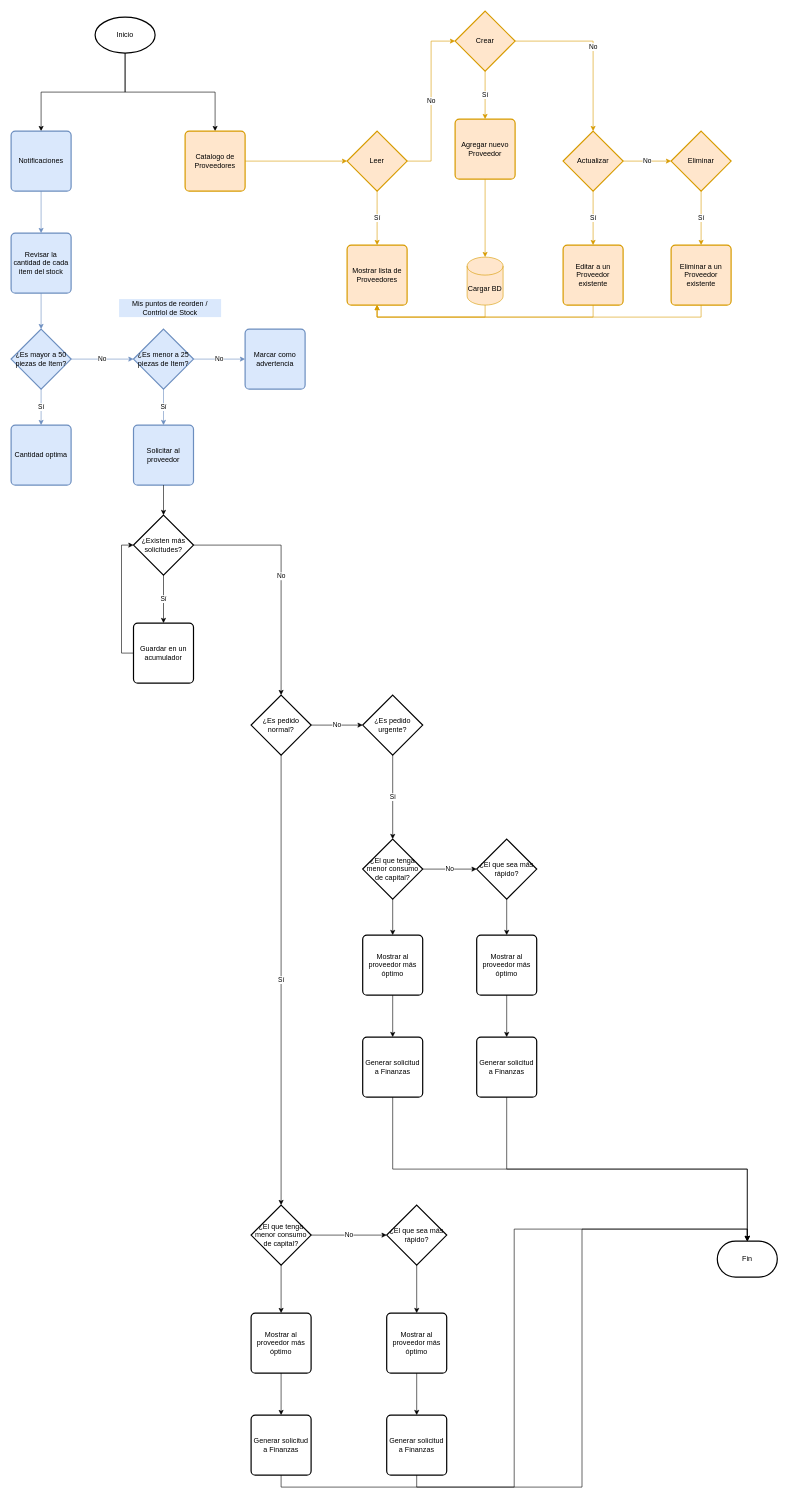
Above: Módulo_Proceso_7.drawio in said-tj/Diagramas_de_flujo (draw.io), before the change. Source tidied: cells renumbered, new cells numbered last; positions are measured from the earlier drawing's top-left corner, leaving out a move shared by most shapes. Both pictures are drawn from the tidied source at 60%, with x=0, y=0 at pixel (11, 11).
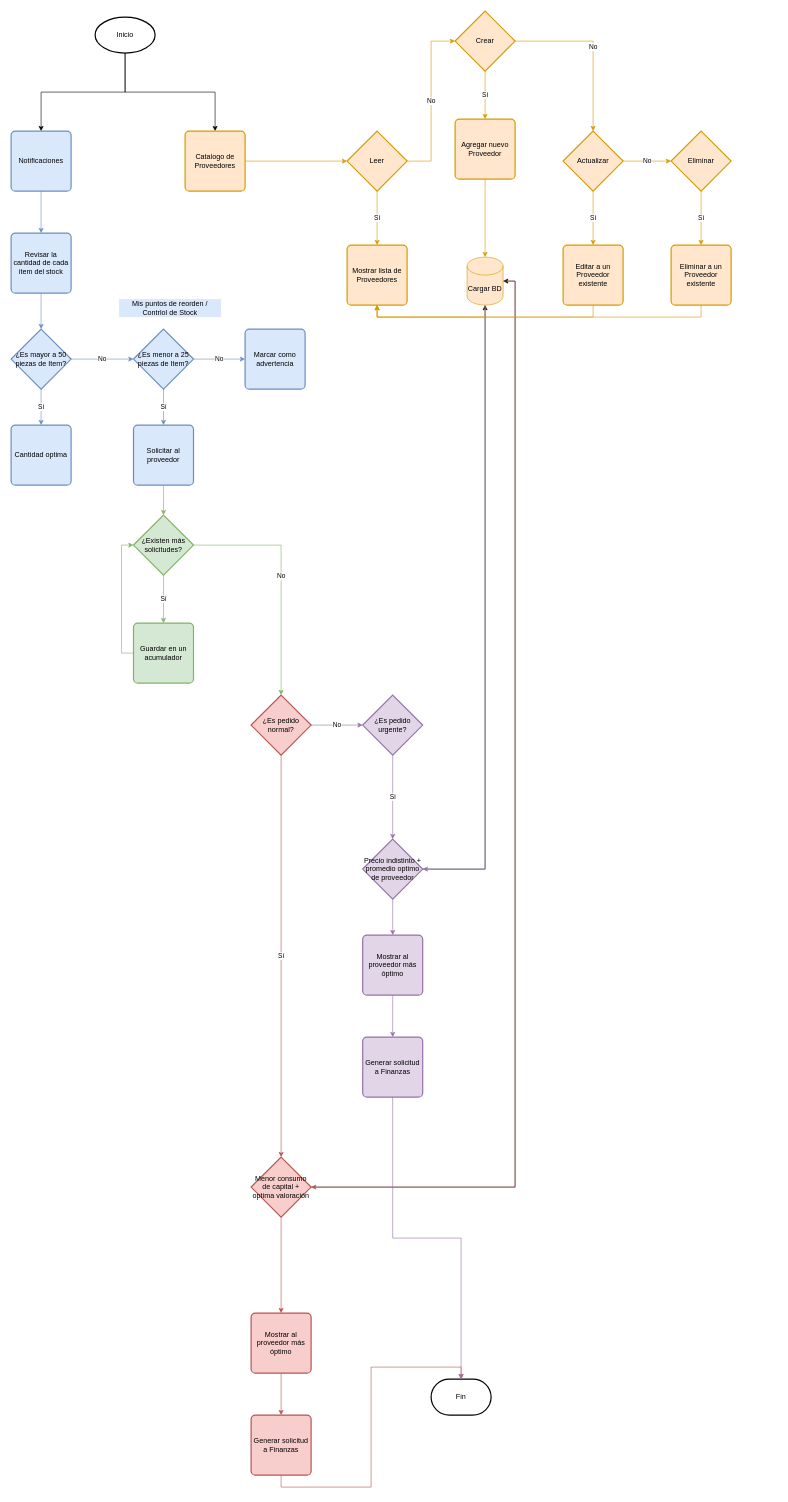
The same diagram, later.

Commit message (it also covers changes not shown here):
Flujo de trabajo de tesis

Unchanged cells that the change refers to:
```xml
<mxCell id="10" value="Solicitar al proveedor" style="rounded=1;whiteSpace=wrap;html=1;absoluteArcSize=1;arcSize=14;strokeWidth=2;fillColor=#dae8fc;strokeColor=#6c8ebf;" parent="1" vertex="1">
  <mxGeometry x="204" y="690" width="100" height="100" as="geometry" />
</mxCell>
<mxCell id="72" value="Cargar BD" style="shape=cylinder3;whiteSpace=wrap;html=1;boundedLbl=1;backgroundOutline=1;size=15;fillColor=#ffe6cc;strokeColor=#d79b00;" parent="1" vertex="1">
  <mxGeometry x="760" y="410" width="60" height="80" as="geometry" />
</mxCell>
```

The edit, as a diff of the source:
```diff
@@
-    <mxCell id="19" value="No" style="edgeStyle=orthogonalEdgeStyle;rounded=0;jettySize=auto;html=1;exitX=1;exitY=0.5;exitDx=0;exitDy=0;exitPerimeter=0;" parent="1" edge="1" source="21" target="23">
+    <mxCell id="19" value="No" style="edgeStyle=orthogonalEdgeStyle;rounded=0;jettySize=auto;html=1;exitX=1;exitY=0.5;exitDx=0;exitDy=0;exitPerimeter=0;fillColor=#e1d5e7;strokeColor=#9673a6;" parent="1" edge="1" source="21" target="23">
       <mxGeometry relative="1" as="geometry" />
     </mxCell>
-    <mxCell id="20" value="Sí" style="edgeStyle=orthogonalEdgeStyle;rounded=0;jettySize=auto;html=1;exitX=0.5;exitY=1;exitDx=0;exitDy=0;exitPerimeter=0;" parent="1" edge="1" source="21" target="25">
+    <mxCell id="20" value="Sí" style="edgeStyle=orthogonalEdgeStyle;rounded=0;jettySize=auto;html=1;exitX=0.5;exitY=1;exitDx=0;exitDy=0;exitPerimeter=0;fillColor=#f8cecc;strokeColor=#b85450;" parent="1" edge="1" source="21" target="25">
       <mxGeometry relative="1" as="geometry" />
     </mxCell>
-    <mxCell id="21" value="¿Es pedido normal?" style="strokeWidth=2;html=1;shape=mxgraph.flowchart.decision;whiteSpace=wrap;" parent="1" vertex="1">
+    <mxCell id="21" value="¿Es pedido normal?" style="strokeWidth=2;html=1;shape=mxgraph.flowchart.decision;whiteSpace=wrap;fillColor=#f8cecc;strokeColor=#b85450;" parent="1" vertex="1">
       <mxGeometry x="400" y="1140" width="100" height="100" as="geometry" />
     </mxCell>
-    <mxCell id="22" value="Si" style="edgeStyle=orthogonalEdgeStyle;rounded=0;jettySize=auto;html=1;exitX=0.5;exitY=1;exitDx=0;exitDy=0;exitPerimeter=0;" parent="1" edge="1" source="23" target="30">
+    <mxCell id="22" value="Si" style="edgeStyle=orthogonalEdgeStyle;rounded=0;jettySize=auto;html=1;exitX=0.5;exitY=1;exitDx=0;exitDy=0;exitPerimeter=0;fillColor=#e1d5e7;strokeColor=#9673a6;" parent="1" edge="1" source="23" target="30">
       <mxGeometry relative="1" as="geometry" />
     </mxCell>
-    <mxCell id="23" value="¿Es pedido urgente?" style="strokeWidth=2;html=1;shape=mxgraph.flowchart.decision;whiteSpace=wrap;" parent="1" vertex="1">
+    <mxCell id="23" value="¿Es pedido urgente?" style="strokeWidth=2;html=1;shape=mxgraph.flowchart.decision;whiteSpace=wrap;fillColor=#e1d5e7;strokeColor=#9673a6;" parent="1" vertex="1">
       <mxGeometry x="586" y="1140" width="100" height="100" as="geometry" />
     </mxCell>
-    <mxCell id="24" style="edgeStyle=orthogonalEdgeStyle;rounded=0;jettySize=auto;html=1;exitX=0.5;exitY=1;exitDx=0;exitDy=0;exitPerimeter=0;" parent="1" edge="1" source="25" target="39">
+    <mxCell id="24" style="edgeStyle=orthogonalEdgeStyle;rounded=0;jettySize=auto;html=1;exitX=0.5;exitY=1;exitDx=0;exitDy=0;exitPerimeter=0;fillColor=#f8cecc;strokeColor=#b85450;" parent="1" edge="1" source="25" target="39">
       <mxGeometry relative="1" as="geometry" />
     </mxCell>
+    <mxCell id="79" style="edgeStyle=orthogonalEdgeStyle;rounded=0;jettySize=auto;html=1;exitX=1;exitY=0.5;exitDx=0;exitDy=0;exitPerimeter=0;entryX=1;entryY=0.5;entryDx=0;entryDy=0;entryPerimeter=0;" parent="1" edge="1" source="25" target="72">
+      <mxGeometry relative="1" as="geometry" />
+    </mxCell>
-    <mxCell id="25" value="¿El que tenga menor consumo de capital?" style="strokeWidth=2;html=1;shape=mxgraph.flowchart.decision;whiteSpace=wrap;" parent="1" vertex="1">
-      <mxGeometry x="400" y="1990" width="100" height="100" as="geometry" />
+    <mxCell id="25" value="Menor consumo de capital + optima valoración" style="strokeWidth=2;html=1;shape=mxgraph.flowchart.decision;whiteSpace=wrap;fillColor=#f8cecc;strokeColor=#b85450;" parent="1" vertex="1">
+      <mxGeometry x="400" y="1910" width="100" height="100" as="geometry" />
     </mxCell>
-    <mxCell id="26" style="edgeStyle=orthogonalEdgeStyle;rounded=0;jettySize=auto;html=1;exitX=0.5;exitY=1;exitDx=0;exitDy=0;exitPerimeter=0;" parent="1" edge="1" source="27" target="41">
-      <mxGeometry relative="1" as="geometry" />
-    </mxCell>
-    <mxCell id="27" value="¿El que sea más rápido?" style="strokeWidth=2;html=1;shape=mxgraph.flowchart.decision;whiteSpace=wrap;" parent="1" vertex="1">
-      <mxGeometry x="626" y="1990" width="100" height="100" as="geometry" />
-    </mxCell>
-    <mxCell id="28" value="No" style="edgeStyle=orthogonalEdgeStyle;rounded=0;jettySize=auto;html=1;exitX=1;exitY=0.5;exitDx=0;exitDy=0;exitPerimeter=0;entryX=0;entryY=0.5;entryDx=0;entryDy=0;entryPerimeter=0;" parent="1" edge="1" source="25" target="27">
-      <mxGeometry relative="1" as="geometry" />
-    </mxCell>
-    <mxCell id="29" style="edgeStyle=orthogonalEdgeStyle;rounded=0;jettySize=auto;html=1;exitX=0.5;exitY=1;exitDx=0;exitDy=0;exitPerimeter=0;" parent="1" edge="1" source="30" target="35">
+    <mxCell id="29" style="edgeStyle=orthogonalEdgeStyle;rounded=0;jettySize=auto;html=1;exitX=0.5;exitY=1;exitDx=0;exitDy=0;exitPerimeter=0;fillColor=#e1d5e7;strokeColor=#9673a6;" parent="1" edge="1" source="30" target="35">
       <mxGeometry relative="1" as="geometry" />
     </mxCell>
+    <mxCell id="80" style="edgeStyle=orthogonalEdgeStyle;rounded=0;jettySize=auto;html=1;exitX=1;exitY=0.5;exitDx=0;exitDy=0;exitPerimeter=0;" parent="1" edge="1" source="30" target="72">
+      <mxGeometry relative="1" as="geometry" />
+    </mxCell>
-    <mxCell id="30" value="¿El que tenga menor consumo de capital?" style="strokeWidth=2;html=1;shape=mxgraph.flowchart.decision;whiteSpace=wrap;" parent="1" vertex="1">
+    <mxCell id="30" value="Precio indistinto + promedio optimo de proveedor" style="strokeWidth=2;html=1;shape=mxgraph.flowchart.decision;whiteSpace=wrap;fillColor=#e1d5e7;strokeColor=#9673a6;" parent="1" vertex="1">
       <mxGeometry x="586" y="1380" width="100" height="100" as="geometry" />
     </mxCell>
-    <mxCell id="31" style="edgeStyle=orthogonalEdgeStyle;rounded=0;jettySize=auto;html=1;exitX=0.5;exitY=1;exitDx=0;exitDy=0;exitPerimeter=0;entryX=0.5;entryY=0;entryDx=0;entryDy=0;" parent="1" edge="1" source="32" target="37">
-      <mxGeometry relative="1" as="geometry" />
-    </mxCell>
-    <mxCell id="32" value="¿El que sea más rápido?" style="strokeWidth=2;html=1;shape=mxgraph.flowchart.decision;whiteSpace=wrap;" parent="1" vertex="1">
-      <mxGeometry x="776" y="1380" width="100" height="100" as="geometry" />
-    </mxCell>
-    <mxCell id="33" value="No" style="edgeStyle=orthogonalEdgeStyle;rounded=0;jettySize=auto;html=1;exitX=1;exitY=0.5;exitDx=0;exitDy=0;exitPerimeter=0;entryX=0;entryY=0.5;entryDx=0;entryDy=0;entryPerimeter=0;" parent="1" edge="1" source="30" target="32">
-      <mxGeometry relative="1" as="geometry" />
-    </mxCell>
-    <mxCell id="34" style="edgeStyle=orthogonalEdgeStyle;rounded=0;jettySize=auto;html=1;exitX=0.5;exitY=1;exitDx=0;exitDy=0;" parent="1" edge="1" source="35" target="42">
+    <mxCell id="34" style="edgeStyle=orthogonalEdgeStyle;rounded=0;jettySize=auto;html=1;exitX=0.5;exitY=1;exitDx=0;exitDy=0;fillColor=#e1d5e7;strokeColor=#9673a6;" parent="1" edge="1" source="35" target="42">
       <mxGeometry relative="1" as="geometry" />
     </mxCell>
-    <mxCell id="35" value="Mostrar al proveedor más óptimo" style="rounded=1;whiteSpace=wrap;html=1;absoluteArcSize=1;arcSize=14;strokeWidth=2;" parent="1" vertex="1">
+    <mxCell id="35" value="Mostrar al proveedor más óptimo" style="rounded=1;whiteSpace=wrap;html=1;absoluteArcSize=1;arcSize=14;strokeWidth=2;fillColor=#e1d5e7;strokeColor=#9673a6;" parent="1" vertex="1">
       <mxGeometry x="586" y="1540" width="100" height="100" as="geometry" />
     </mxCell>
-    <mxCell id="36" style="edgeStyle=orthogonalEdgeStyle;rounded=0;jettySize=auto;html=1;exitX=0.5;exitY=1;exitDx=0;exitDy=0;" parent="1" edge="1" source="37" target="43">
-      <mxGeometry relative="1" as="geometry" />
-    </mxCell>
-    <mxCell id="37" value="Mostrar al proveedor más óptimo" style="rounded=1;whiteSpace=wrap;html=1;absoluteArcSize=1;arcSize=14;strokeWidth=2;" parent="1" vertex="1">
-      <mxGeometry x="776" y="1540" width="100" height="100" as="geometry" />
-    </mxCell>
-    <mxCell id="38" style="edgeStyle=orthogonalEdgeStyle;rounded=0;jettySize=auto;html=1;exitX=0.5;exitY=1;exitDx=0;exitDy=0;entryX=0.5;entryY=0;entryDx=0;entryDy=0;" parent="1" edge="1" source="39" target="44">
+    <mxCell id="38" style="edgeStyle=orthogonalEdgeStyle;rounded=0;jettySize=auto;html=1;exitX=0.5;exitY=1;exitDx=0;exitDy=0;entryX=0.5;entryY=0;entryDx=0;entryDy=0;fillColor=#f8cecc;strokeColor=#b85450;" parent="1" edge="1" source="39" target="44">
       <mxGeometry relative="1" as="geometry" />
     </mxCell>
-    <mxCell id="39" value="Mostrar al proveedor más óptimo" style="rounded=1;whiteSpace=wrap;html=1;absoluteArcSize=1;arcSize=14;strokeWidth=2;" parent="1" vertex="1">
+    <mxCell id="39" value="Mostrar al proveedor más óptimo" style="rounded=1;whiteSpace=wrap;html=1;absoluteArcSize=1;arcSize=14;strokeWidth=2;fillColor=#f8cecc;strokeColor=#b85450;" parent="1" vertex="1">
       <mxGeometry x="400" y="2170" width="100" height="100" as="geometry" />
     </mxCell>
-    <mxCell id="40" style="edgeStyle=orthogonalEdgeStyle;rounded=0;jettySize=auto;html=1;exitX=0.5;exitY=1;exitDx=0;exitDy=0;" parent="1" edge="1" source="41" target="45">
-      <mxGeometry relative="1" as="geometry" />
-    </mxCell>
-    <mxCell id="41" value="Mostrar al proveedor más óptimo" style="rounded=1;whiteSpace=wrap;html=1;absoluteArcSize=1;arcSize=14;strokeWidth=2;" parent="1" vertex="1">
-      <mxGeometry x="626" y="2170" width="100" height="100" as="geometry" />
-    </mxCell>
-    <mxCell id="42" value="Generar solicitud a Finanzas" style="rounded=1;whiteSpace=wrap;html=1;absoluteArcSize=1;arcSize=14;strokeWidth=2;" parent="1" vertex="1">
+    <mxCell id="42" value="Generar solicitud a Finanzas" style="rounded=1;whiteSpace=wrap;html=1;absoluteArcSize=1;arcSize=14;strokeWidth=2;fillColor=#e1d5e7;strokeColor=#9673a6;" parent="1" vertex="1">
       <mxGeometry x="586" y="1710" width="100" height="100" as="geometry" />
     </mxCell>
-    <mxCell id="43" value="Generar solicitud a Finanzas" style="rounded=1;whiteSpace=wrap;html=1;absoluteArcSize=1;arcSize=14;strokeWidth=2;" parent="1" vertex="1">
-      <mxGeometry x="776" y="1710" width="100" height="100" as="geometry" />
-    </mxCell>
-    <mxCell id="44" value="Generar solicitud a Finanzas" style="rounded=1;whiteSpace=wrap;html=1;absoluteArcSize=1;arcSize=14;strokeWidth=2;" parent="1" vertex="1">
+    <mxCell id="44" value="Generar solicitud a Finanzas" style="rounded=1;whiteSpace=wrap;html=1;absoluteArcSize=1;arcSize=14;strokeWidth=2;fillColor=#f8cecc;strokeColor=#b85450;" parent="1" vertex="1">
       <mxGeometry x="400" y="2340" width="100" height="100" as="geometry" />
     </mxCell>
-    <mxCell id="45" value="Generar solicitud a Finanzas" style="rounded=1;whiteSpace=wrap;html=1;absoluteArcSize=1;arcSize=14;strokeWidth=2;" parent="1" vertex="1">
-      <mxGeometry x="626" y="2340" width="100" height="100" as="geometry" />
-    </mxCell>
@@
     <mxCell id="66" value="Fin" style="strokeWidth=2;html=1;shape=mxgraph.flowchart.terminator;whiteSpace=wrap;" parent="1" vertex="1">
-      <mxGeometry x="1177" y="2050" width="100" height="60" as="geometry" />
+      <mxGeometry x="700" y="2280" width="100" height="60" as="geometry" />
     </mxCell>
-    <mxCell id="67" style="edgeStyle=orthogonalEdgeStyle;rounded=0;jettySize=auto;html=1;exitX=0.5;exitY=1;exitDx=0;exitDy=0;entryX=0.5;entryY=0;entryDx=0;entryDy=0;entryPerimeter=0;" parent="1" edge="1" source="44" target="66">
+    <mxCell id="67" style="edgeStyle=orthogonalEdgeStyle;rounded=0;jettySize=auto;html=1;exitX=0.5;exitY=1;exitDx=0;exitDy=0;entryX=0.5;entryY=0;entryDx=0;entryDy=0;entryPerimeter=0;fillColor=#f8cecc;strokeColor=#b85450;" parent="1" edge="1" source="44" target="66">
       <mxGeometry relative="1" as="geometry" />
     </mxCell>
-    <mxCell id="68" style="edgeStyle=orthogonalEdgeStyle;rounded=0;jettySize=auto;html=1;exitX=0.5;exitY=1;exitDx=0;exitDy=0;entryX=0.5;entryY=0;entryDx=0;entryDy=0;entryPerimeter=0;" parent="1" edge="1" source="45" target="66">
-      <mxGeometry relative="1" as="geometry" />
-    </mxCell>
-    <mxCell id="69" style="edgeStyle=orthogonalEdgeStyle;rounded=0;jettySize=auto;html=1;exitX=0.5;exitY=1;exitDx=0;exitDy=0;entryX=0.5;entryY=0;entryDx=0;entryDy=0;entryPerimeter=0;" parent="1" edge="1" source="42" target="66">
+    <mxCell id="69" style="edgeStyle=orthogonalEdgeStyle;rounded=0;jettySize=auto;html=1;exitX=0.5;exitY=1;exitDx=0;exitDy=0;entryX=0.5;entryY=0;entryDx=0;entryDy=0;entryPerimeter=0;fillColor=#e1d5e7;strokeColor=#9673a6;" parent="1" edge="1" source="42" target="66">
       <mxGeometry relative="1" as="geometry" />
     </mxCell>
-    <mxCell id="70" style="edgeStyle=orthogonalEdgeStyle;rounded=0;jettySize=auto;html=1;exitX=0.5;exitY=1;exitDx=0;exitDy=0;entryX=0.5;entryY=0;entryDx=0;entryDy=0;entryPerimeter=0;" parent="1" edge="1" source="43" target="66">
-      <mxGeometry relative="1" as="geometry" />
-    </mxCell>
@@
-    <mxCell id="73" value="Sí" style="edgeStyle=orthogonalEdgeStyle;rounded=0;jettySize=auto;html=1;exitX=0.5;exitY=1;exitDx=0;exitDy=0;exitPerimeter=0;entryX=0.5;entryY=0;entryDx=0;entryDy=0;" parent="1" edge="1" source="74" target="75">
+    <mxCell id="73" value="Sí" style="edgeStyle=orthogonalEdgeStyle;rounded=0;jettySize=auto;html=1;exitX=0.5;exitY=1;exitDx=0;exitDy=0;exitPerimeter=0;entryX=0.5;entryY=0;entryDx=0;entryDy=0;fillColor=#d5e8d4;strokeColor=#82b366;" parent="1" edge="1" source="74" target="75">
       <mxGeometry relative="1" as="geometry" />
     </mxCell>
-    <mxCell id="74" value="¿Existen más solicitudes?" style="strokeWidth=2;html=1;shape=mxgraph.flowchart.decision;whiteSpace=wrap;" parent="1" vertex="1">
+    <mxCell id="74" value="¿Existen más solicitudes?" style="strokeWidth=2;html=1;shape=mxgraph.flowchart.decision;whiteSpace=wrap;fillColor=#d5e8d4;strokeColor=#82b366;" parent="1" vertex="1">
       <mxGeometry x="204" y="840" width="100" height="100" as="geometry" />
     </mxCell>
-    <mxCell id="75" value="Guardar en un acumulador" style="rounded=1;whiteSpace=wrap;html=1;absoluteArcSize=1;arcSize=14;strokeWidth=2;" parent="1" vertex="1">
+    <mxCell id="75" value="Guardar en un acumulador" style="rounded=1;whiteSpace=wrap;html=1;absoluteArcSize=1;arcSize=14;strokeWidth=2;fillColor=#d5e8d4;strokeColor=#82b366;" parent="1" vertex="1">
       <mxGeometry x="204" y="1020" width="100" height="100" as="geometry" />
     </mxCell>
-    <mxCell id="76" style="edgeStyle=orthogonalEdgeStyle;rounded=0;jettySize=auto;html=1;exitX=0.5;exitY=1;exitDx=0;exitDy=0;entryX=0.5;entryY=0;entryDx=0;entryDy=0;entryPerimeter=0;" parent="1" edge="1" source="10" target="74">
+    <mxCell id="76" style="edgeStyle=orthogonalEdgeStyle;rounded=0;jettySize=auto;html=1;exitX=0.5;exitY=1;exitDx=0;exitDy=0;entryX=0.5;entryY=0;entryDx=0;entryDy=0;entryPerimeter=0;fillColor=#d5e8d4;strokeColor=#82b366;" parent="1" edge="1" source="10" target="74">
       <mxGeometry relative="1" as="geometry" />
     </mxCell>
-    <mxCell id="77" style="edgeStyle=orthogonalEdgeStyle;rounded=0;jettySize=auto;html=1;exitX=0;exitY=0.5;exitDx=0;exitDy=0;entryX=0;entryY=0.5;entryDx=0;entryDy=0;entryPerimeter=0;" parent="1" edge="1" source="75" target="74">
+    <mxCell id="77" style="edgeStyle=orthogonalEdgeStyle;rounded=0;jettySize=auto;html=1;exitX=0;exitY=0.5;exitDx=0;exitDy=0;entryX=0;entryY=0.5;entryDx=0;entryDy=0;entryPerimeter=0;fillColor=#d5e8d4;strokeColor=#82b366;" parent="1" edge="1" source="75" target="74">
       <mxGeometry relative="1" as="geometry" />
     </mxCell>
-    <mxCell id="78" value="No" style="edgeStyle=orthogonalEdgeStyle;rounded=0;jettySize=auto;html=1;exitX=1;exitY=0.5;exitDx=0;exitDy=0;exitPerimeter=0;entryX=0.5;entryY=0;entryDx=0;entryDy=0;entryPerimeter=0;" parent="1" edge="1" source="74" target="21">
+    <mxCell id="78" value="No" style="edgeStyle=orthogonalEdgeStyle;rounded=0;jettySize=auto;html=1;exitX=1;exitY=0.5;exitDx=0;exitDy=0;exitPerimeter=0;entryX=0.5;entryY=0;entryDx=0;entryDy=0;entryPerimeter=0;fillColor=#d5e8d4;strokeColor=#82b366;" parent="1" edge="1" source="74" target="21">
       <mxGeometry relative="1" as="geometry" />
     </mxCell>
+    <mxCell id="81" style="edgeStyle=orthogonalEdgeStyle;rounded=0;jettySize=auto;html=1;exitX=0.5;exitY=1;exitDx=0;exitDy=0;exitPerimeter=0;entryX=1;entryY=0.5;entryDx=0;entryDy=0;entryPerimeter=0;fillColor=#e1d5e7;strokeColor=#9673a6;" parent="1" edge="1" source="72" target="30">
+      <mxGeometry relative="1" as="geometry" />
+    </mxCell>
+    <mxCell id="82" style="edgeStyle=orthogonalEdgeStyle;rounded=0;jettySize=auto;html=1;exitX=1;exitY=0.5;exitDx=0;exitDy=0;exitPerimeter=0;entryX=1;entryY=0.5;entryDx=0;entryDy=0;entryPerimeter=0;fillColor=#f8cecc;strokeColor=#b85450;" parent="1" edge="1" source="72" target="25">
+      <mxGeometry relative="1" as="geometry" />
+    </mxCell>
```
